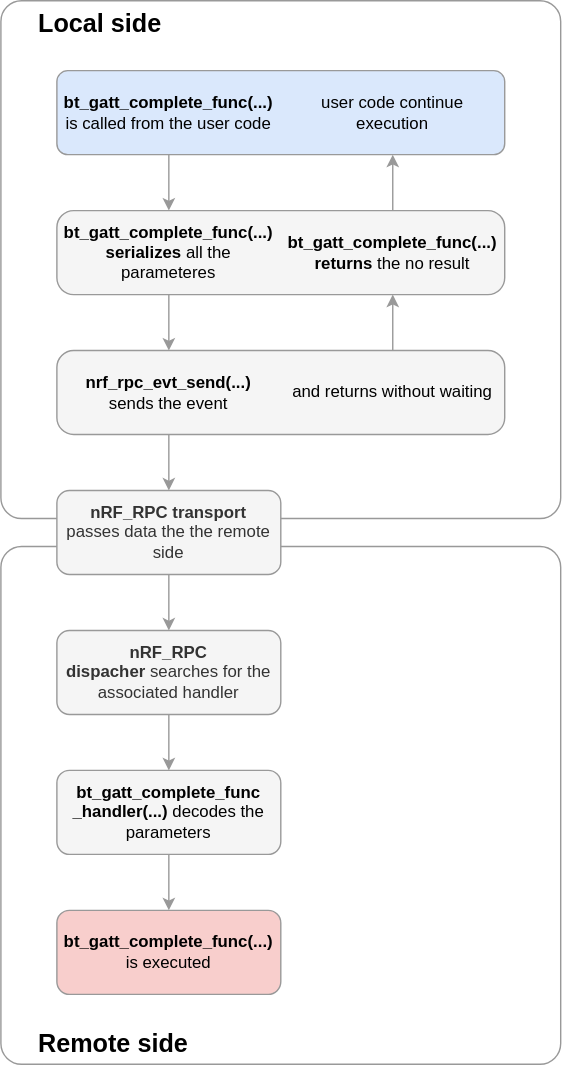
Before: nrf_rpc/doc/img/evt_flow.svg, a diagram exported from draw.io (doki-nordic/nrfxlib-1). Source tidied: cells renumbered, new cells last; positions are measured from the earlier drawing's top-left corner, leaving out a move shared by most shapes.
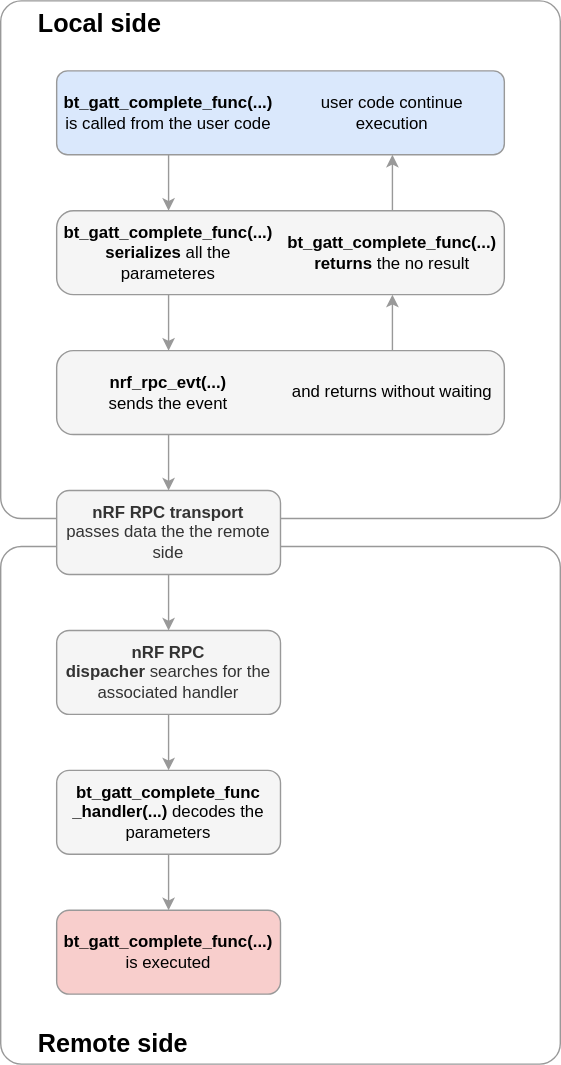
After the commit.

The edit, as a diff of the source:
```diff
@@ -17,13 +17,13 @@
     <mxCell id="6" style="edgeStyle=orthogonalEdgeStyle;rounded=0;jettySize=auto;html=1;exitX=0.5;exitY=1;exitDx=0;exitDy=0;fillColor=#f5f5f5;strokeColor=#999999;" parent="1" edge="1" source="7" target="9">
       <mxGeometry relative="1" as="geometry" />
     </mxCell>
-    <mxCell id="7" value="&lt;b&gt;nRF_RPC transport&lt;/b&gt;&lt;br&gt;passes data the the remote side" style="rounded=1;whiteSpace=wrap;html=1;fillColor=#f5f5f5;strokeColor=#999999;fontColor=#333333;" parent="1" vertex="1">
+    <mxCell id="7" value="&lt;b&gt;nRF RPC transport&lt;/b&gt;&lt;br&gt;passes data the the remote side" style="rounded=1;whiteSpace=wrap;html=1;fillColor=#f5f5f5;strokeColor=#999999;fontColor=#333333;" parent="1" vertex="1">
       <mxGeometry x="40" y="350" width="160" height="60" as="geometry" />
     </mxCell>
     <mxCell id="8" style="edgeStyle=orthogonalEdgeStyle;curved=1;rounded=0;jettySize=auto;html=1;exitX=0.5;exitY=1;exitDx=0;exitDy=0;strokeColor=#999999;entryX=0.5;entryY=0;entryDx=0;entryDy=0;" parent="1" edge="1" source="9" target="18">
       <mxGeometry relative="1" as="geometry" />
     </mxCell>
-    <mxCell id="9" value="&lt;b&gt;nRF_RPC dispacher&lt;/b&gt;&amp;nbsp;searches for the associated handler" style="rounded=1;whiteSpace=wrap;html=1;fillColor=#f5f5f5;strokeColor=#999999;fontColor=#333333;" parent="1" vertex="1">
+    <mxCell id="9" value="&lt;b&gt;nRF RPC dispacher&lt;/b&gt;&amp;nbsp;searches for the associated handler" style="rounded=1;whiteSpace=wrap;html=1;fillColor=#f5f5f5;strokeColor=#999999;fontColor=#333333;" parent="1" vertex="1">
       <mxGeometry x="40" y="450" width="160" height="60" as="geometry" />
     </mxCell>
     <mxCell id="10" style="edgeStyle=orthogonalEdgeStyle;curved=1;rounded=0;jettySize=auto;html=1;exitX=0.5;exitY=0;exitDx=0;exitDy=0;entryX=0.5;entryY=1;entryDx=0;entryDy=0;strokeColor=#999999;" parent="1" edge="1" source="23" target="17">
@@ -64,7 +64,7 @@
     <mxCell id="21" style="rounded=1;whiteSpace=wrap;html=1;arcSize=20;fillColor=#F5F5F5;strokeColor=#999999;" parent="1" vertex="1">
       <mxGeometry x="40" y="250" width="320" height="60" as="geometry" />
     </mxCell>
-    <mxCell id="22" value="&lt;b&gt;nrf_rpc_evt_send(...)&lt;/b&gt;&lt;br&gt;&lt;span&gt;sends the event&lt;/span&gt;" style="text;html=1;strokeColor=none;fillColor=none;align=center;verticalAlign=middle;whiteSpace=wrap;rounded=0;" parent="1" vertex="1">
+    <mxCell id="22" value="&lt;b&gt;nrf_rpc_evt(...)&lt;/b&gt;&lt;br&gt;&lt;span&gt;sends the event&lt;/span&gt;" style="text;html=1;strokeColor=none;fillColor=none;align=center;verticalAlign=middle;whiteSpace=wrap;rounded=0;" parent="1" vertex="1">
       <mxGeometry x="40" y="250" width="160" height="60" as="geometry" />
     </mxCell>
     <mxCell id="23" value="&lt;span&gt;and returns without waiting&lt;/span&gt;" style="text;html=1;strokeColor=none;fillColor=none;align=center;verticalAlign=middle;whiteSpace=wrap;rounded=0;" parent="1" vertex="1">
```
